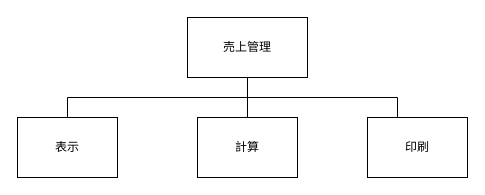
Before: サブシステム構造図/売上管理.drawio in Yamanin3/system-devel, a draw.io diagram. Source tidied: cells renumbered, new cells numbered last; positions are measured from the earlier drawing's top-left corner, leaving out a move shared by most shapes. Both pictures are drawn from the tidied source at 100%, with x=0, y=0 at pixel (17, 17).
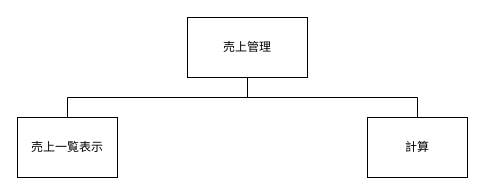
The same page after the edit.

The edit, as a diff of the source:
```diff
@@
 <mxGraphModel>
   <root>
     <mxCell id="0" />
     <mxCell id="1" parent="0" />
     <mxCell id="2" value="売上管理" style="whiteSpace=wrap;html=1;align=center;" parent="1" vertex="1">
       <mxGeometry x="170" width="120" height="60" as="geometry" />
     </mxCell>
     <mxCell id="3" value="計算" style="whiteSpace=wrap;html=1;align=center;verticalAlign=middle;" parent="1" vertex="1">
-      <mxGeometry x="180" y="100" width="100" height="60" as="geometry" />
+      <mxGeometry x="350" y="100" width="100" height="60" as="geometry" />
     </mxCell>
     <mxCell id="4" style="edgeStyle=elbowEdgeStyle;elbow=vertical;startArrow=none;endArrow=none;rounded=0;" parent="1" edge="1" target="3">
       <mxGeometry relative="1" as="geometry">
         <mxPoint x="230" y="60" as="sourcePoint" />
       </mxGeometry>
     </mxCell>
-    <mxCell id="5" value="印刷" style="whiteSpace=wrap;html=1;align=center;verticalAlign=middle;" parent="1" vertex="1">
-      <mxGeometry x="350" y="100" width="100" height="60" as="geometry" />
-    </mxCell>
-    <mxCell id="6" style="edgeStyle=elbowEdgeStyle;elbow=vertical;startArrow=none;endArrow=none;rounded=0;exitX=0.5;exitY=1;exitDx=0;exitDy=0;" parent="1" edge="1" source="2" target="5">
-      <mxGeometry relative="1" as="geometry">
-        <Array as="points">
-          <mxPoint x="380" y="80" />
-        </Array>
-      </mxGeometry>
-    </mxCell>
-    <mxCell id="7" value="表示" style="whiteSpace=wrap;html=1;align=center;verticalAlign=middle;" parent="1" vertex="1">
+    <mxCell id="7" value="売上一覧表示" style="whiteSpace=wrap;html=1;align=center;verticalAlign=middle;" parent="1" vertex="1">
       <mxGeometry y="100" width="100" height="60" as="geometry" />
     </mxCell>
     <mxCell id="8" style="edgeStyle=elbowEdgeStyle;elbow=vertical;startArrow=none;endArrow=none;rounded=0;exitX=0.5;exitY=1;exitDx=0;exitDy=0;" parent="1" edge="1" source="2" target="7">
       <mxGeometry relative="1" as="geometry" />
     </mxCell>
   </root>
 </mxGraphModel>
```
